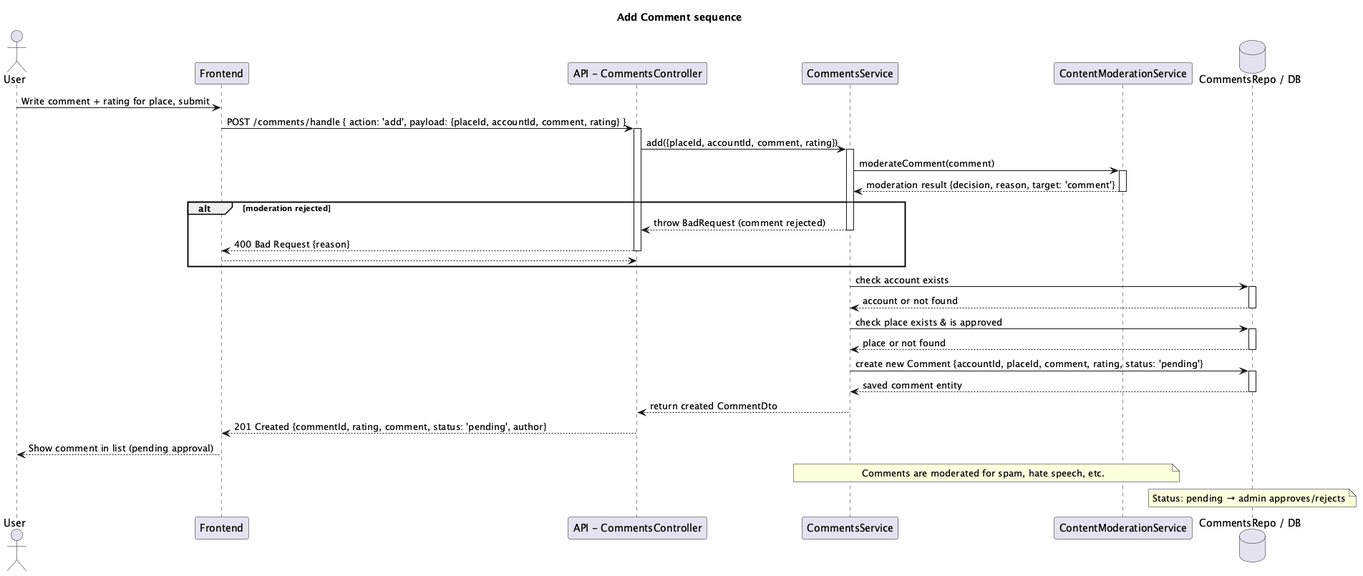
Earlier version of the PlantUML export docs/diagrams/png/sequence-add-comment.png (alegna83/cookbook-be).
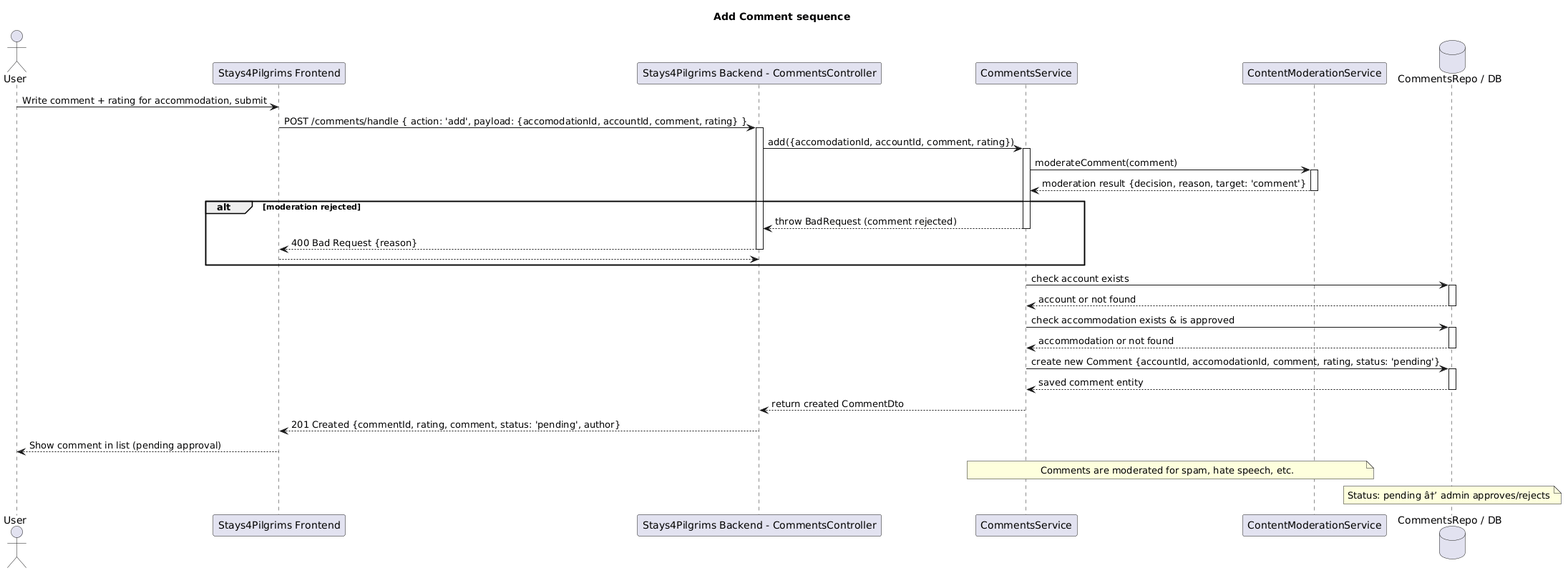
After the commit.

Change to the diagram source:
```diff
@@ -1,16 +1,16 @@
 @startuml
 title Add Comment sequence
 actor User
-participant Frontend as FE
-participant "API - CommentsController" as API
+participant "Stays4Pilgrims Frontend" as FE
+participant "Stays4Pilgrims Backend - CommentsController" as API
 participant "CommentsService" as SVC
 participant "ContentModerationService" as MOD
 database "CommentsRepo / DB" as DB
 
-User -> FE: Write comment + rating for place, submit
-FE -> API: POST /comments/handle { action: 'add', payload: {placeId, accountId, comment, rating} }
+User -> FE: Write comment + rating for accommodation, submit
+FE -> API: POST /comments/handle { action: 'add', payload: {accomodationId, accountId, comment, rating} }
 activate API
-API -> SVC: add({placeId, accountId, comment, rating})
+API -> SVC: add({accomodationId, accountId, comment, rating})
 activate SVC
 SVC -> MOD: moderateComment(comment)
 activate MOD
@@ -27,11 +27,11 @@
 activate DB
 DB --> SVC: account or not found
 deactivate DB
-SVC -> DB: check place exists & is approved
+SVC -> DB: check accommodation exists & is approved
 activate DB
-DB --> SVC: place or not found
+DB --> SVC: accommodation or not found
 deactivate DB
-SVC -> DB: create new Comment {accountId, placeId, comment, rating, status: 'pending'}
+SVC -> DB: create new Comment {accountId, accomodationId, comment, rating, status: 'pending'}
 activate DB
 DB --> SVC: saved comment entity
 deactivate DB
@@ -42,6 +42,6 @@
 FE --> User: Show comment in list (pending approval)
 
 note over SVC,MOD: Comments are moderated for spam, hate speech, etc.
-note over DB: Status: pending → admin approves/rejects
+note over DB: Status: pending â†’ admin approves/rejects
 
 @enduml
```
